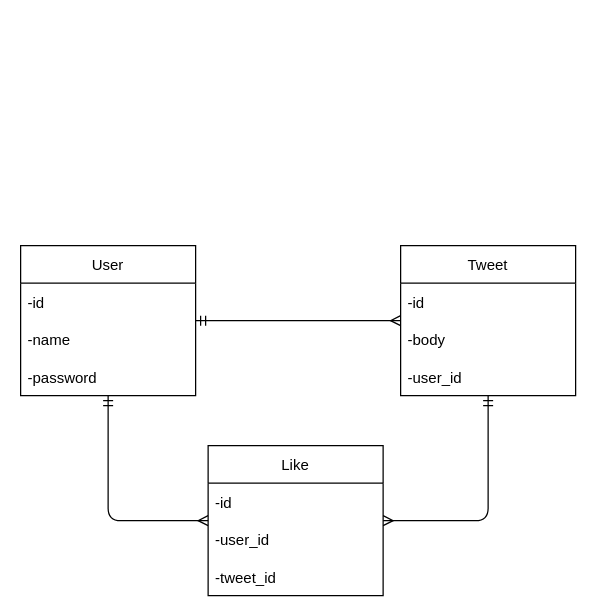
The draw.io diagram association.drawio in Ryo-1157/voteee-twitter-clone, before the edit. Source tidied: cells renumbered, new cells numbered last; positions are measured from the earlier drawing's top-left corner, leaving out a move shared by most shapes. Both pictures are drawn from the tidied source at 125%, with x=0, y=0 at pixel (20, 245).
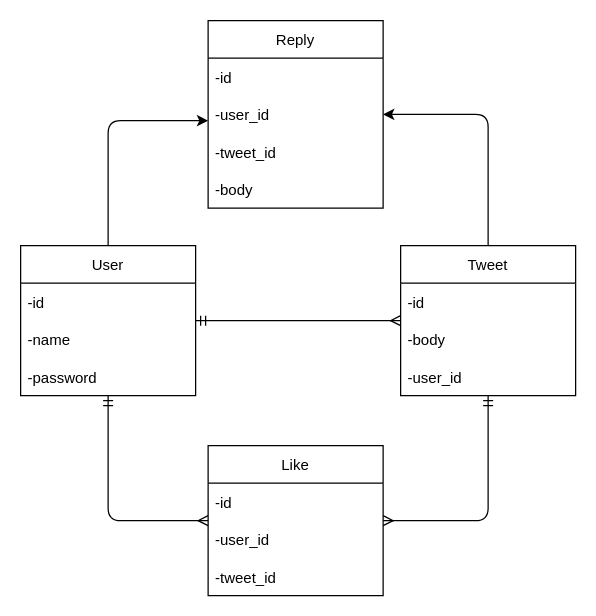
After the change.

Unchanged cells that the change refers to:
```xml
<mxCell id="4" value="User" style="swimlane;fontStyle=0;horizontal=1;startSize=30;" parent="1" vertex="1">
  <mxGeometry width="140" height="120" as="geometry" />
</mxCell>
<mxCell id="9" value="Tweet" style="swimlane;fontStyle=0;horizontal=1;startSize=30;" parent="1" vertex="1">
  <mxGeometry x="304" width="140" height="120" as="geometry" />
</mxCell>
```

Diff of the diagram source:
```diff
@@
+    <mxCell id="17" style="edgeStyle=orthogonalEdgeStyle;html=1;" parent="1" edge="1" source="4" target="19">
+      <mxGeometry relative="1" as="geometry">
+        <Array as="points">
+          <mxPoint x="70" y="-100" />
+        </Array>
+      </mxGeometry>
+    </mxCell>
@@
+    <mxCell id="18" style="edgeStyle=orthogonalEdgeStyle;html=1;" parent="1" edge="1" source="9" target="19">
+      <mxGeometry relative="1" as="geometry">
+        <Array as="points">
+          <mxPoint x="374" y="-105" />
+        </Array>
+      </mxGeometry>
+    </mxCell>
@@
+    <mxCell id="19" value="Reply" style="swimlane;fontStyle=0;horizontal=1;startSize=30;" parent="1" vertex="1">
+      <mxGeometry x="150" y="-180" width="140" height="150" as="geometry" />
+    </mxCell>
+    <mxCell id="20" value="-id" style="text;strokeColor=none;fillColor=none;align=left;verticalAlign=middle;spacingLeft=4;spacingRight=4;overflow=hidden;" parent="19" vertex="1">
+      <mxGeometry y="30" width="140" height="30" as="geometry" />
+    </mxCell>
+    <mxCell id="21" value="-user_id" style="text;strokeColor=none;fillColor=none;align=left;verticalAlign=middle;spacingLeft=4;spacingRight=4;overflow=hidden;" parent="19" vertex="1">
+      <mxGeometry y="60" width="140" height="30" as="geometry" />
+    </mxCell>
+    <mxCell id="22" value="-tweet_id" style="text;strokeColor=none;fillColor=none;align=left;verticalAlign=middle;spacingLeft=4;spacingRight=4;overflow=hidden;" parent="19" vertex="1">
+      <mxGeometry y="90" width="140" height="30" as="geometry" />
+    </mxCell>
+    <mxCell id="23" value="-body" style="text;strokeColor=none;fillColor=none;align=left;verticalAlign=middle;spacingLeft=4;spacingRight=4;overflow=hidden;" parent="19" vertex="1">
+      <mxGeometry y="120" width="140" height="30" as="geometry" />
+    </mxCell>
```
